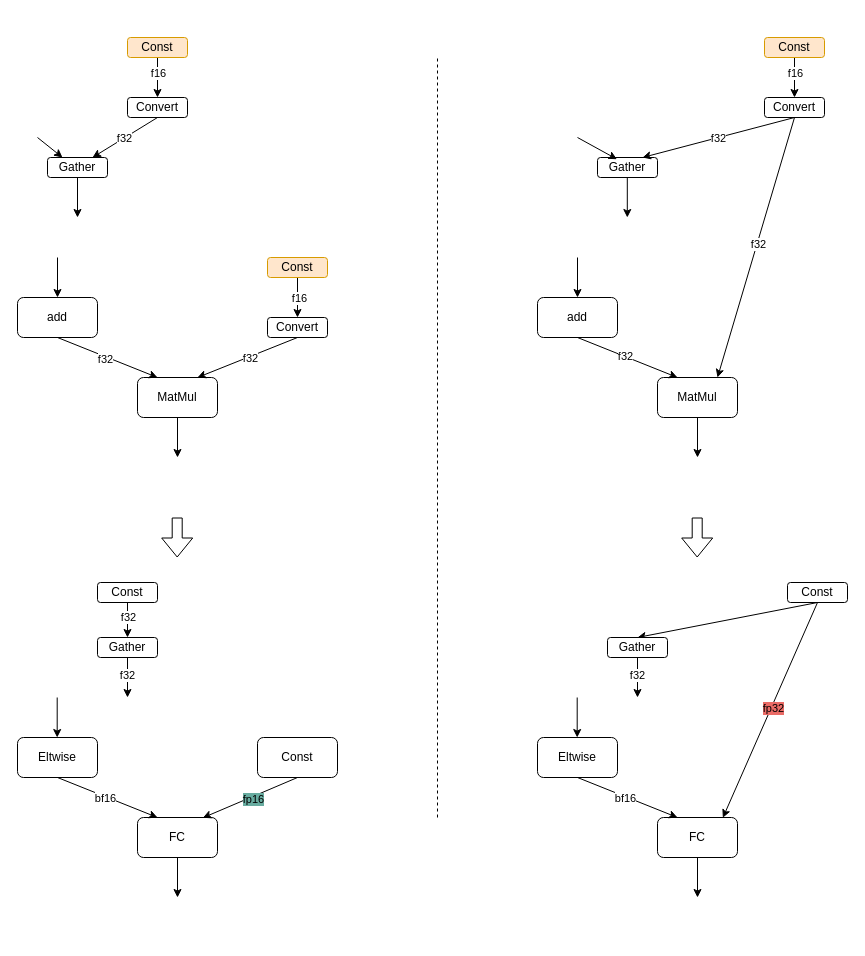
Above: page "F16" (1 of 2) of OpenVINO/bloomz-560m.drawio in alanzhai219/dive_into_framework (draw.io), before the change. Source tidied: cells renumbered, new cells numbered last; positions are measured from the earlier drawing's top-left corner, leaving out a move shared by most shapes. Both pictures are drawn from the tidied source at 100%, with x=0, y=0 at pixel (17, 37).
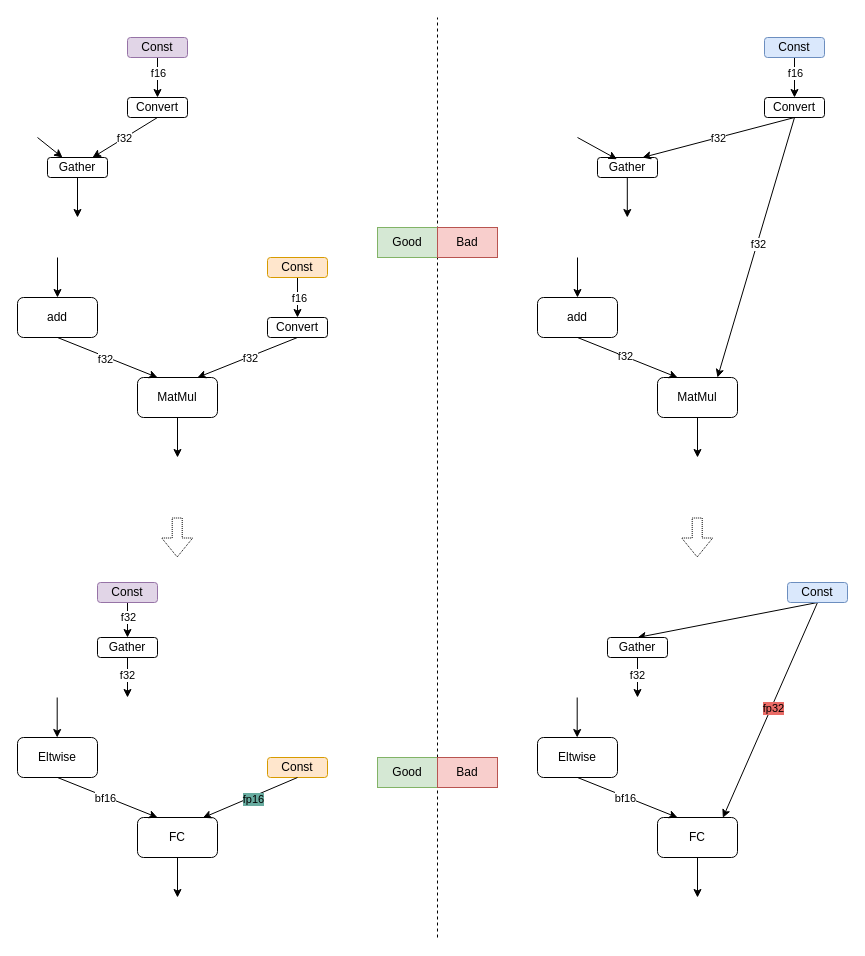
The same page after the edit.

What changed in the source:
```diff
@@
-    <mxCell id="14" style="shape=flexArrow;endArrow=classic;html=1;rounded=0;" parent="1" edge="1">
+    <mxCell id="14" style="shape=flexArrow;endArrow=classic;html=1;rounded=0;dashed=1;dashPattern=1 1;" parent="1" edge="1">
       <mxGeometry relative="1" as="geometry">
         <mxPoint x="159.7" y="480" as="sourcePoint" />
         <mxPoint x="159.7" y="520" as="targetPoint" />
       </mxGeometry>
     </mxCell>
@@
-    <mxCell id="27" value="Const" style="rounded=1;whiteSpace=wrap;html=1;" parent="1" vertex="1">
-      <mxGeometry x="240" y="700" width="80" height="40" as="geometry" />
+    <mxCell id="27" value="Const" style="rounded=1;whiteSpace=wrap;html=1;fillColor=#ffe6cc;strokeColor=#d79b00;" parent="1" vertex="1">
+      <mxGeometry x="250" y="720" width="60" height="20" as="geometry" />
     </mxCell>
@@
-    <mxCell id="38" style="shape=flexArrow;endArrow=classic;html=1;rounded=0;" parent="1" edge="1">
+    <mxCell id="38" style="shape=flexArrow;endArrow=classic;html=1;rounded=0;dashed=1;dashPattern=1 1;" parent="1" edge="1">
       <mxGeometry relative="1" as="geometry">
         <mxPoint x="679.7" y="480" as="sourcePoint" />
         <mxPoint x="679.7" y="520" as="targetPoint" />
       </mxGeometry>
     </mxCell>
     <mxCell id="39" style="endArrow=none;dashed=1;html=1;rounded=0;" parent="1" edge="1">
       <mxGeometry relative="1" as="geometry">
-        <mxPoint x="420" y="780" as="sourcePoint" />
-        <mxPoint x="420" y="20" as="targetPoint" />
+        <mxPoint x="420" y="900" as="sourcePoint" />
+        <mxPoint x="420" y="-20" as="targetPoint" />
       </mxGeometry>
     </mxCell>
@@
-    <mxCell id="46" value="Const" style="rounded=1;whiteSpace=wrap;html=1;fillColor=#ffe6cc;strokeColor=#d79b00;" parent="1" vertex="1">
+    <mxCell id="46" value="Const" style="rounded=1;whiteSpace=wrap;html=1;fillColor=#e1d5e7;strokeColor=#9673a6;" parent="1" vertex="1">
       <mxGeometry x="110" width="60" height="20" as="geometry" />
     </mxCell>
@@
-    <mxCell id="54" value="Const" style="rounded=1;whiteSpace=wrap;html=1;" parent="1" vertex="1">
+    <mxCell id="54" value="Const" style="rounded=1;whiteSpace=wrap;html=1;fillColor=#e1d5e7;strokeColor=#9673a6;" parent="1" vertex="1">
       <mxGeometry x="80" y="545" width="60" height="20" as="geometry" />
     </mxCell>
@@
-    <mxCell id="63" value="Const" style="rounded=1;whiteSpace=wrap;html=1;fillColor=#ffe6cc;strokeColor=#d79b00;" parent="1" vertex="1">
+    <mxCell id="63" value="Const" style="rounded=1;whiteSpace=wrap;html=1;fillColor=#dae8fc;strokeColor=#6c8ebf;" parent="1" vertex="1">
       <mxGeometry x="747" width="60" height="20" as="geometry" />
     </mxCell>
@@
-    <mxCell id="67" value="Const" style="rounded=1;whiteSpace=wrap;html=1;" parent="1" vertex="1">
+    <mxCell id="67" value="Const" style="rounded=1;whiteSpace=wrap;html=1;fillColor=#dae8fc;strokeColor=#6c8ebf;" parent="1" vertex="1">
       <mxGeometry x="770" y="545" width="60" height="20" as="geometry" />
     </mxCell>
@@
+    <mxCell id="71" value="Good" style="text;html=1;strokeColor=#82b366;fillColor=#d5e8d4;align=center;verticalAlign=middle;whiteSpace=wrap;rounded=0;" parent="1" vertex="1">
+      <mxGeometry x="360" y="720" width="60" height="30" as="geometry" />
+    </mxCell>
+    <mxCell id="72" value="Good" style="text;html=1;strokeColor=#82b366;fillColor=#d5e8d4;align=center;verticalAlign=middle;whiteSpace=wrap;rounded=0;" parent="1" vertex="1">
+      <mxGeometry x="360" y="190" width="60" height="30" as="geometry" />
+    </mxCell>
+    <mxCell id="73" value="Bad" style="text;html=1;strokeColor=#b85450;fillColor=#f8cecc;align=center;verticalAlign=middle;whiteSpace=wrap;rounded=0;" parent="1" vertex="1">
+      <mxGeometry x="420" y="190" width="60" height="30" as="geometry" />
+    </mxCell>
+    <mxCell id="74" value="Bad" style="text;html=1;strokeColor=#b85450;fillColor=#f8cecc;align=center;verticalAlign=middle;whiteSpace=wrap;rounded=0;" parent="1" vertex="1">
+      <mxGeometry x="420" y="720" width="60" height="30" as="geometry" />
+    </mxCell>
```
